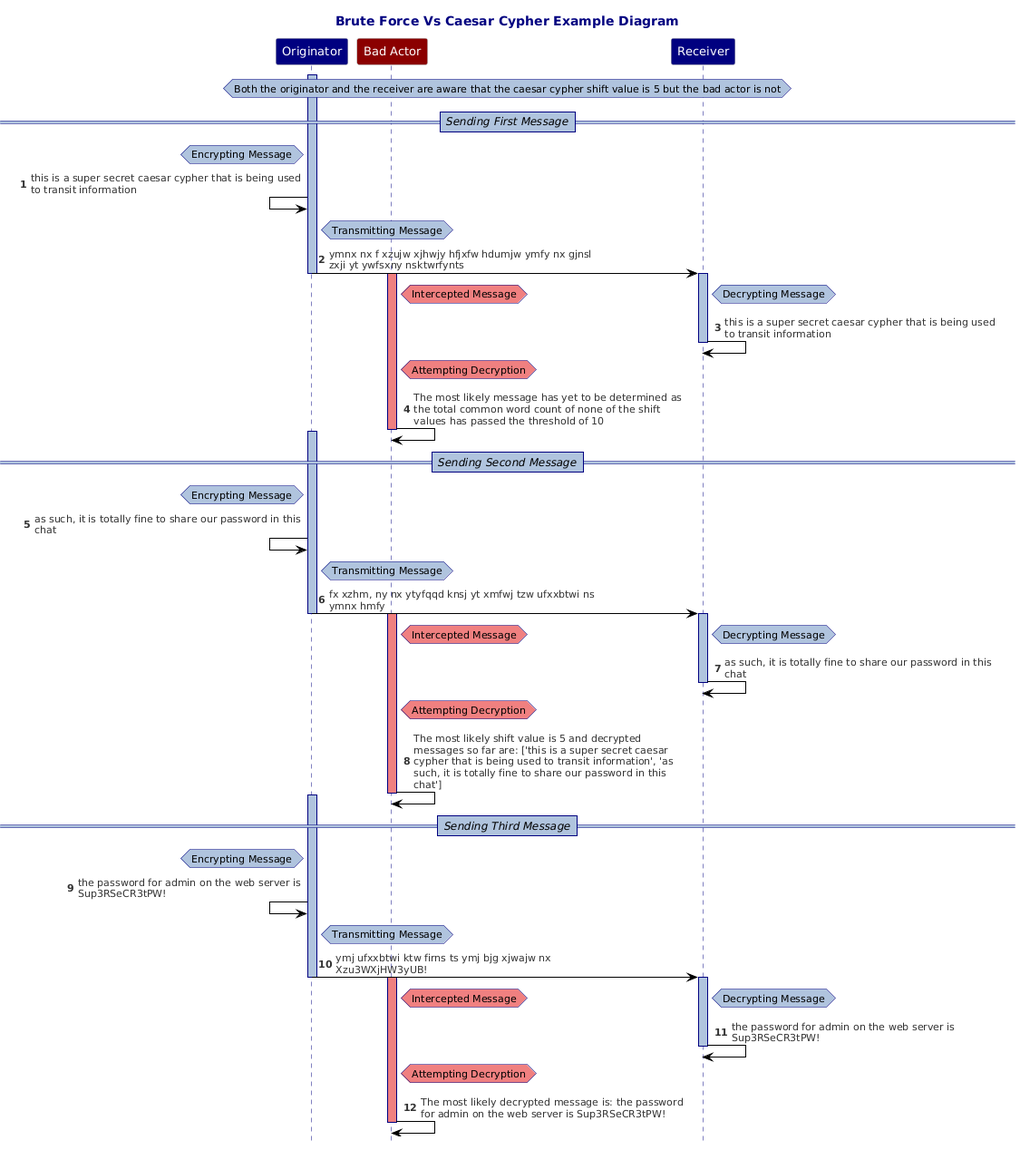
The PlantUML diagram GeneratingDiagrams/Diagrams/BruteForceVsCaesarCypherSequence.png in jbarbourmoore/Cryptography-Exploration, before a commit. Source of this version:
```plantuml
@startuml
!theme reddress-lightblue
hide footbox
title "Brute Force Vs Caesar Cypher Example Diagram"
autonumber
skinparam maxMessageSize 300
skinparam NoteBackgroundColor LightSteelBlue
skinparam NoteBorderColor Navy
skinparam ParticipantBackgroundColor Navy
skinparam ParticipantFontColor White
skinparam ParticipantFontSize 13
skinparam TitleFontColor Navy
skinparam SequenceLifeLineBorderColor Navy
skinparam SequenceLifeLineBackgroundColor LightSteelBlue
skinparam SequenceDividerBorderThickness 1
skinparam SequenceDividerBorderColor Navy
skinparam SequenceDividerBackgroundColor LightSteelBlue
skinparam SequenceDividerFontSize 12
skinparam SequenceDividerFontStyle Italic
Participant "Originator"
Participant "Bad Actor" #DarkRed
Participant "Receiver"
hnote across  : Both the originator and the receiver are aware that the caesar cypher shift value is 5 but the bad actor is not
==Sending First Message==
Activate "Originator"
hnote left of "Originator" : Encrypting Message
"Originator"<-"Originator": this is a super secret caesar cypher that is being used to transit information
hnote right of "Originator" : Transmitting Message
"Originator"->"Receiver": ymnx nx f xzujw xjhwjy hfjxfw hdumjw ymfy nx gjnsl zxji yt ywfsxny nsktwrfynts
Deactivate "Originator"
Activate "Receiver"
Activate "Bad Actor" #LightCoral
hnote right of "Receiver" : Decrypting Message
/ hnote right of "Bad Actor" #LightCoral: Intercepted Message
"Receiver"->"Receiver": this is a super secret caesar cypher that is being used to transit information
Deactivate "Receiver"
hnote right of "Bad Actor" #LightCoral: Attempting Decryption
"Bad Actor"->"Bad Actor": The most likely message has yet to be determined as the total common word count of none of the shift values has passed the threshold of 10
Deactivate "Bad Actor"
==Sending Second Message==
Activate "Originator"
hnote left of "Originator" : Encrypting Message
"Originator"<-"Originator": as such, it is totally fine to share our password in this chat
hnote right of "Originator" : Transmitting Message
"Originator"->"Receiver": fx xzhm, ny nx ytyfqqd knsj yt xmfwj tzw ufxxbtwi ns ymnx hmfy
Deactivate "Originator"
Activate "Receiver"
Activate "Bad Actor" #LightCoral
hnote right of "Receiver" : Decrypting Message
/ hnote right of "Bad Actor" #LightCoral: Intercepted Message
"Receiver"->"Receiver": as such, it is totally fine to share our password in this chat
Deactivate "Receiver"
hnote right of "Bad Actor" #LightCoral: Attempting Decryption
"Bad Actor"->"Bad Actor": The most likely shift value is 5 and decrypted messages so far are: ['this is a super secret caesar cypher that is being used to transit information', 'as such, it is totally fine to share our password in this chat']
Deactivate "Bad Actor"
==Sending Third Message==
Activate "Originator"
hnote left of "Originator" : Encrypting Message
"Originator"<-"Originator": the password for admin on the web server is Sup3RSeCR3tPW!
hnote right of "Originator" : Transmitting Message
"Originator"->"Receiver": ymj ufxxbtwi ktw firns ts ymj bjg xjwajw nx Xzu3WXjHW3yUB!
Deactivate "Originator"
Activate "Receiver"
Activate "Bad Actor" #LightCoral
hnote right of "Receiver" : Decrypting Message
/ hnote right of "Bad Actor" #LightCoral: Intercepted Message
"Receiver"->"Receiver": the password for admin on the web server is Sup3RSeCR3tPW!
Deactivate "Receiver"
hnote right of "Bad Actor" #LightCoral: Attempting Decryption
"Bad Actor"->"Bad Actor": The most likely decrypted message is: the password for admin on the web server is Sup3RSeCR3tPW!
Deactivate "Bad Actor"
@enduml
```
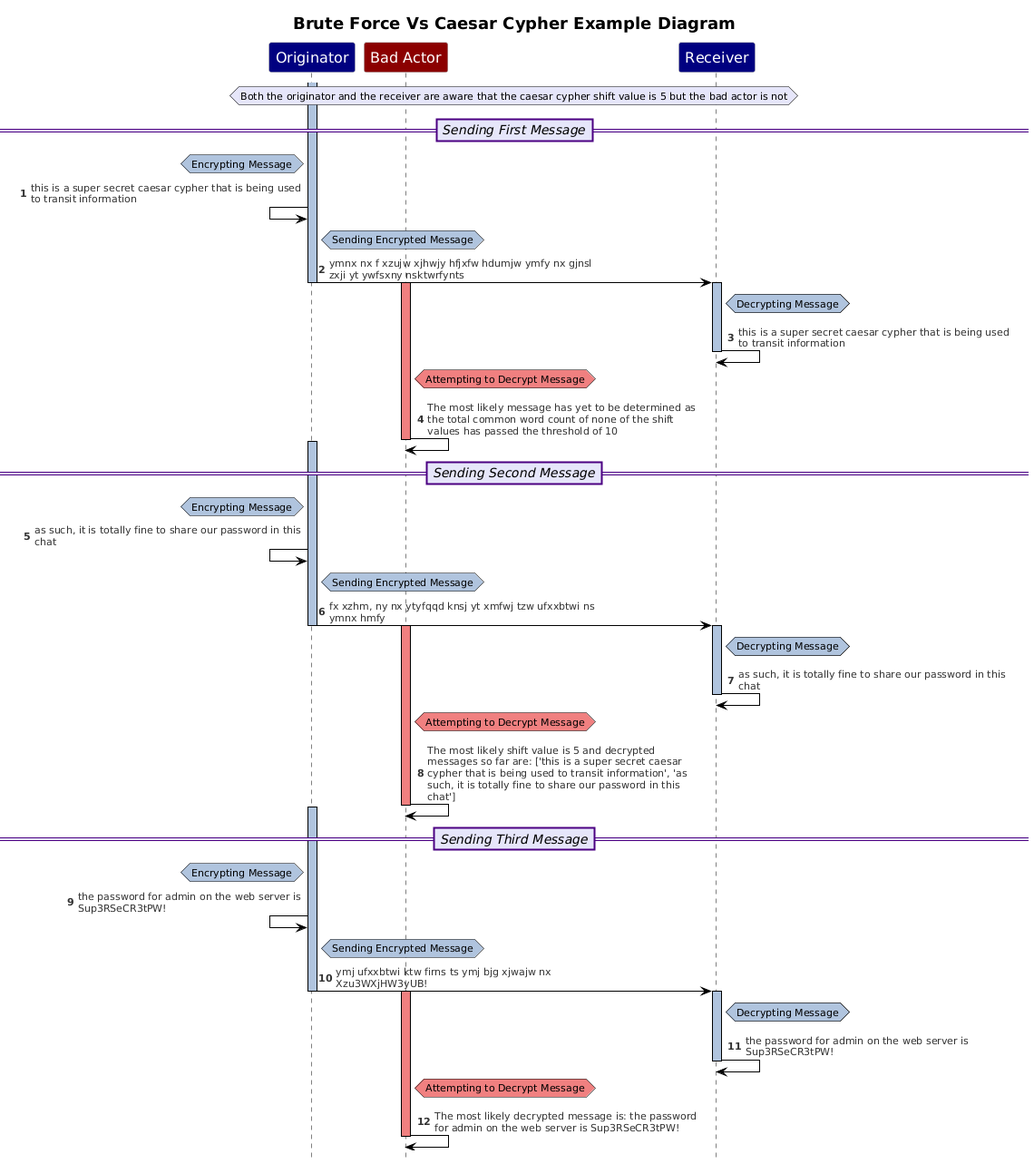
Above is the later version.

Commit message:
Updated diagrams for caesar and multiplicative cyphers vs brute force

What changed in the source:
```diff
@@ -5,68 +5,68 @@
 autonumber
 skinparam maxMessageSize 300
 skinparam NoteBackgroundColor LightSteelBlue
-skinparam NoteBorderColor Navy
+skinparam NoteBorderColor Black
 skinparam ParticipantBackgroundColor Navy
 skinparam ParticipantFontColor White
-skinparam ParticipantFontSize 13
-skinparam TitleFontColor Navy
-skinparam SequenceLifeLineBorderColor Navy
+skinparam ParticipantFontSize 16
+skinparam TitleFontSize 18
+skinparam SequenceLifeLineBorderColor Black
 skinparam SequenceLifeLineBackgroundColor LightSteelBlue
-skinparam SequenceDividerBorderThickness 1
-skinparam SequenceDividerBorderColor Navy
-skinparam SequenceDividerBackgroundColor LightSteelBlue
-skinparam SequenceDividerFontSize 12
+skinparam SequenceDividerBorderThickness 2
+skinparam SequenceDividerBorderColor Indigo
+skinparam SequenceDividerBackgroundColor Lavender
+skinparam SequenceDividerFontSize 14
 skinparam SequenceDividerFontStyle Italic
 Participant "Originator"
 Participant "Bad Actor" #DarkRed
 Participant "Receiver"
-hnote across  : Both the originator and the receiver are aware that the caesar cypher shift value is 5 but the bad actor is not
+hnote across  #Lavender: Both the originator and the receiver are aware that the caesar cypher shift value is 5 but the bad actor is not
 ==Sending First Message==
 Activate "Originator"
 hnote left of "Originator" : Encrypting Message
 "Originator"<-"Originator": this is a super secret caesar cypher that is being used to transit information
-hnote right of "Originator" : Transmitting Message
+hnote right of "Originator" : Sending Encrypted Message
 "Originator"->"Receiver": ymnx nx f xzujw xjhwjy hfjxfw hdumjw ymfy nx gjnsl zxji yt ywfsxny nsktwrfynts
 Deactivate "Originator"
 Activate "Receiver"
 Activate "Bad Actor" #LightCoral
 hnote right of "Receiver" : Decrypting Message
-/ hnote right of "Bad Actor" #LightCoral: Intercepted Message
+/ hnote right of "Receiver" : Decrypting Message
 "Receiver"->"Receiver": this is a super secret caesar cypher that is being used to transit information
 Deactivate "Receiver"
-hnote right of "Bad Actor" #LightCoral: Attempting Decryption
+hnote right of "Bad Actor" #LightCoral: Attempting to Decrypt Message
 "Bad Actor"->"Bad Actor": The most likely message has yet to be determined as the total common word count of none of the shift values has passed the threshold of 10
 Deactivate "Bad Actor"
 ==Sending Second Message==
 Activate "Originator"
 hnote left of "Originator" : Encrypting Message
 "Originator"<-"Originator": as such, it is totally fine to share our password in this chat
-hnote right of "Originator" : Transmitting Message
+hnote right of "Originator" : Sending Encrypted Message
 "Originator"->"Receiver": fx xzhm, ny nx ytyfqqd knsj yt xmfwj tzw ufxxbtwi ns ymnx hmfy
 Deactivate "Originator"
 Activate "Receiver"
 Activate "Bad Actor" #LightCoral
 hnote right of "Receiver" : Decrypting Message
-/ hnote right of "Bad Actor" #LightCoral: Intercepted Message
+/ hnote right of "Receiver" : Decrypting Message
 "Receiver"->"Receiver": as such, it is totally fine to share our password in this chat
 Deactivate "Receiver"
-hnote right of "Bad Actor" #LightCoral: Attempting Decryption
+hnote right of "Bad Actor" #LightCoral: Attempting to Decrypt Message
 "Bad Actor"->"Bad Actor": The most likely shift value is 5 and decrypted messages so far are: ['this is a super secret caesar cypher that is being used to transit information', 'as such, it is totally fine to share our password in this chat']
 Deactivate "Bad Actor"
 ==Sending Third Message==
 Activate "Originator"
 hnote left of "Originator" : Encrypting Message
 "Originator"<-"Originator": the password for admin on the web server is Sup3RSeCR3tPW!
-hnote right of "Originator" : Transmitting Message
+hnote right of "Originator" : Sending Encrypted Message
 "Originator"->"Receiver": ymj ufxxbtwi ktw firns ts ymj bjg xjwajw nx Xzu3WXjHW3yUB!
 Deactivate "Originator"
 Activate "Receiver"
 Activate "Bad Actor" #LightCoral
 hnote right of "Receiver" : Decrypting Message
-/ hnote right of "Bad Actor" #LightCoral: Intercepted Message
+/ hnote right of "Receiver" : Decrypting Message
 "Receiver"->"Receiver": the password for admin on the web server is Sup3RSeCR3tPW!
 Deactivate "Receiver"
-hnote right of "Bad Actor" #LightCoral: Attempting Decryption
+hnote right of "Bad Actor" #LightCoral: Attempting to Decrypt Message
 "Bad Actor"->"Bad Actor": The most likely decrypted message is: the password for admin on the web server is Sup3RSeCR3tPW!
 Deactivate "Bad Actor"
 @enduml
```
